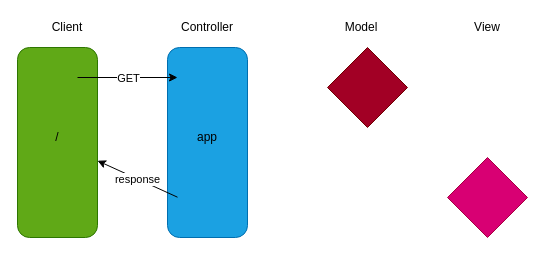
makersacademy/chitter-challenge-apprenticeships keeps this draw.io diagram as mvc.drawio. Above is the earlier version. Source tidied: cells renumbered, new cells numbered last; positions are measured from the earlier drawing's top-left corner, leaving out a move shared by most shapes. Both pictures are drawn from the tidied source at 100%, with x=0, y=0 at pixel (-38, 17).
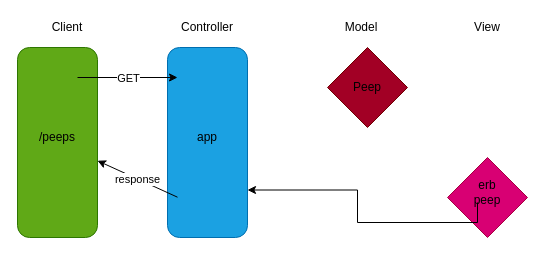
After the change.

The change refers to these unchanged cells:
```xml
<mxCell id="7" style="rounded=1;whiteSpace=wrap;html=1;rotation=90;fillColor=#1ba1e2;strokeColor=#006EAF;fontColor=#ffffff;" parent="1" vertex="1">
  <mxGeometry x="150" y="85" width="190" height="80" as="geometry" />
</mxCell>
```

The edit, as a diff of the source:
```diff
@@
-    <mxCell id="11" value="/" style="text;html=1;strokeColor=none;fillColor=none;align=center;verticalAlign=middle;whiteSpace=wrap;rounded=0;" parent="1" vertex="1">
+    <mxCell id="11" value="/peeps" style="text;html=1;strokeColor=none;fillColor=none;align=center;verticalAlign=middle;whiteSpace=wrap;rounded=0;" parent="1" vertex="1">
       <mxGeometry x="75" y="110" width="40" height="20" as="geometry" />
     </mxCell>
@@
+    <mxCell id="16" value="Peep" style="text;html=1;strokeColor=none;fillColor=none;align=center;verticalAlign=middle;whiteSpace=wrap;rounded=0;" parent="1" vertex="1">
+      <mxGeometry x="385" y="60" width="40" height="20" as="geometry" />
+    </mxCell>
+    <mxCell id="17" style="edgeStyle=orthogonalEdgeStyle;rounded=0;jettySize=auto;html=1;exitX=0.25;exitY=1;exitDx=0;exitDy=0;entryX=0.75;entryY=0;entryDx=0;entryDy=0;" parent="1" edge="1" source="18" target="7">
+      <mxGeometry relative="1" as="geometry" />
+    </mxCell>
+    <mxCell id="18" value="erb peep&lt;br&gt;" style="text;html=1;strokeColor=none;fillColor=none;align=center;verticalAlign=middle;whiteSpace=wrap;rounded=0;" parent="1" vertex="1">
+      <mxGeometry x="505" y="165" width="40" height="20" as="geometry" />
+    </mxCell>
```
